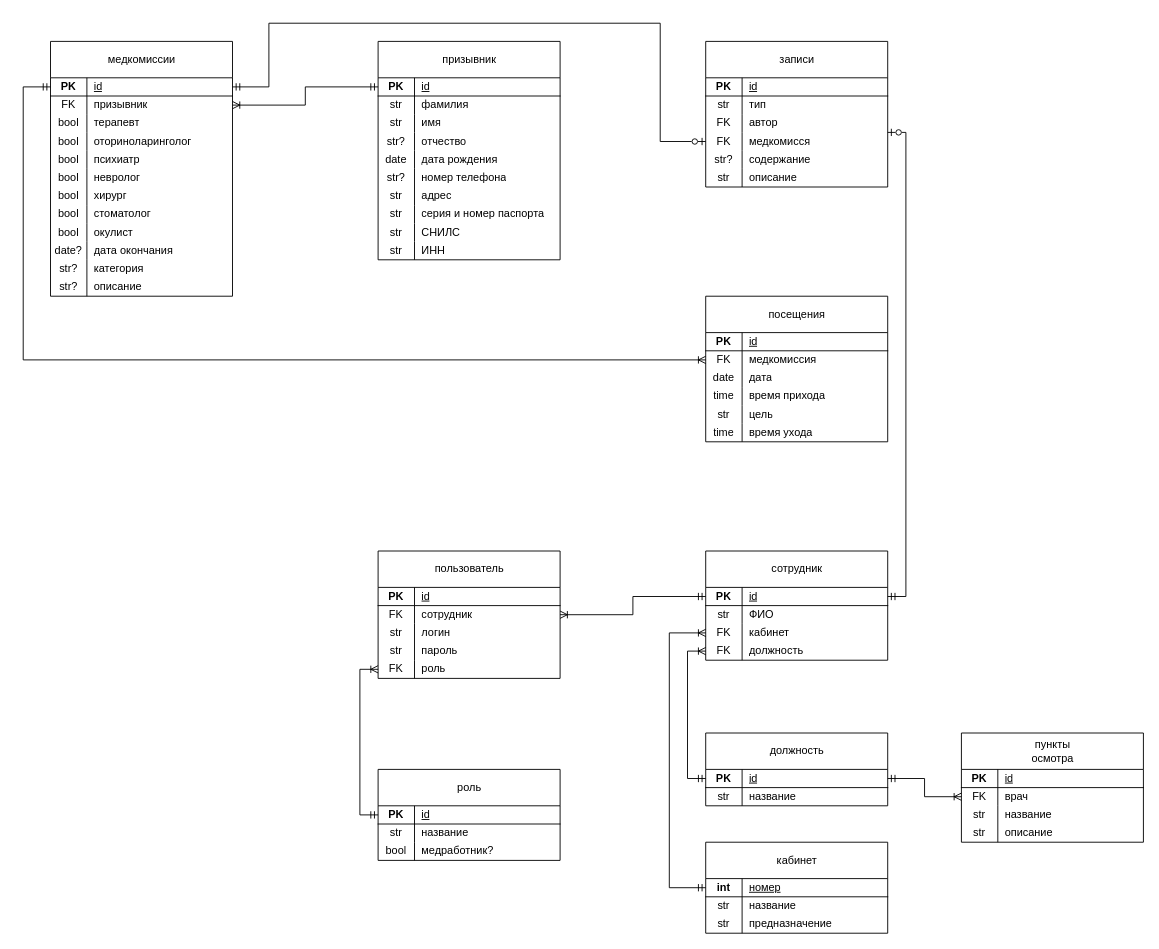
Above: теоретическая часть/схемы/er физическая.drawio in ChesniChok/voenkomat (draw.io), before the change. Source tidied: cells renumbered, new cells numbered last; positions are measured from the earlier drawing's top-left corner, leaving out a move shared by most shapes. Both pictures are drawn from the tidied source at 91%, with x=0, y=0 at pixel (23, 23).
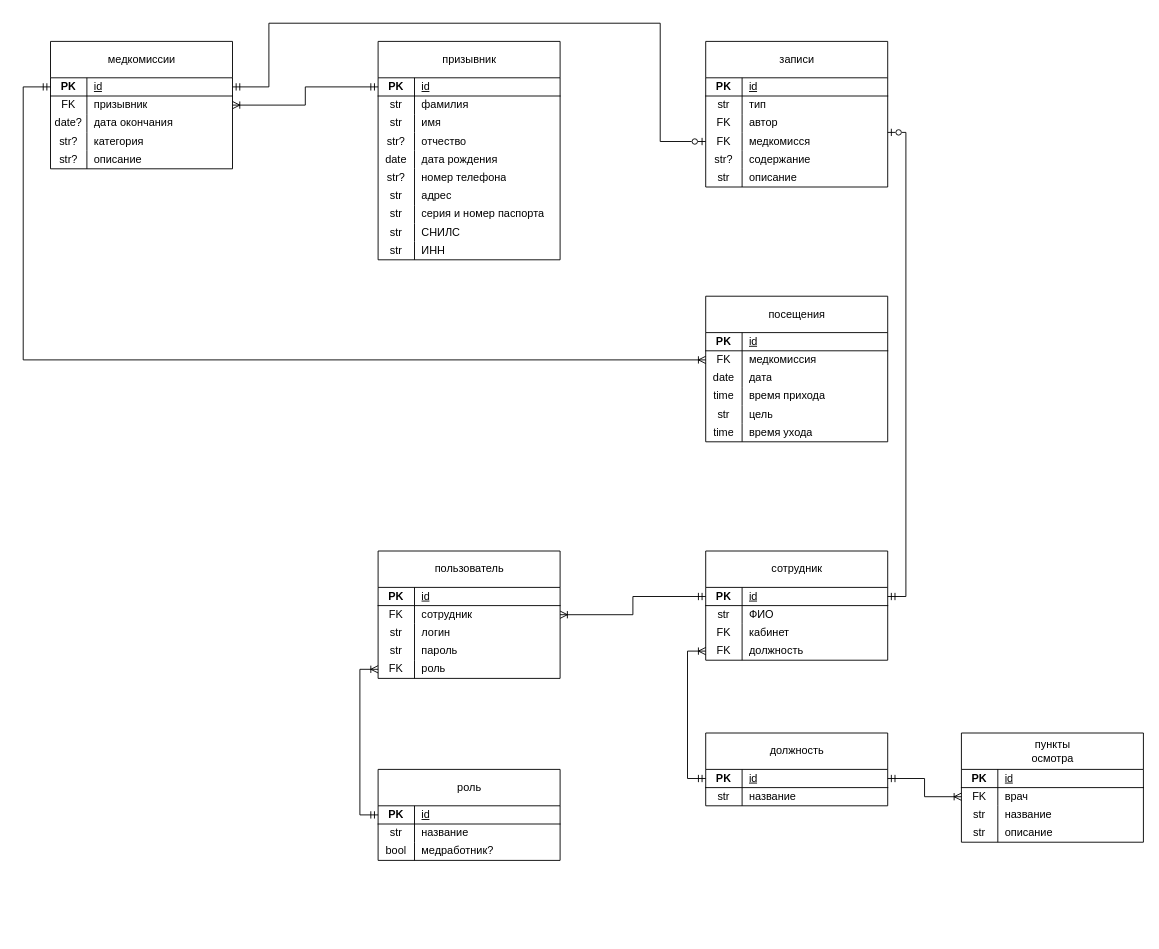
The same diagram, later.

Unchanged cells that the change refers to:
```xml
<mxCell id="115" style="shape=tableRow;horizontal=0;startSize=0;swimlaneHead=0;swimlaneBody=0;fillColor=none;points=[[0,0.5],[1,0.5]];portConstraint=eastwest;top=0;left=0;right=0;bottom=0;" parent="108" vertex="1">
  <mxGeometry y="80" width="200" height="20" as="geometry" />
</mxCell>
```

What changed in the source:
```diff
@@
     <mxCell id="2" value="&lt;span style=&quot;font-weight: 400; text-wrap-mode: wrap;&quot;&gt;медкомиссии&lt;/span&gt;" style="shape=table;startSize=40;childLayout=tableLayout;rowLines=0;fontStyle=1;align=center;html=1;" parent="1" vertex="1">
-      <mxGeometry x="30" y="20" width="200" height="280" as="geometry" />
+      <mxGeometry x="30" y="20" width="200" height="140" as="geometry" />
     </mxCell>
@@
-    <mxCell id="9" style="shape=tableRow;horizontal=0;startSize=0;swimlaneHead=0;swimlaneBody=0;fillColor=none;top=0;left=0;right=0;bottom=0;" parent="2" vertex="1">
-      <mxGeometry y="80" width="200" height="20" as="geometry" />
-    </mxCell>
-    <mxCell id="10" value="bool" style="shape=partialRectangle;fillColor=none;top=0;left=0;bottom=0;right=0;overflow=hidden;whiteSpace=wrap;html=1;" parent="9" vertex="1">
-      <mxGeometry width="40" height="20" as="geometry" />
-    </mxCell>
-    <mxCell id="11" value="терапевт" style="shape=partialRectangle;fillColor=none;top=0;left=0;bottom=0;right=0;align=left;spacingLeft=6;overflow=hidden;whiteSpace=wrap;html=1;" parent="9" vertex="1">
-      <mxGeometry x="40" width="160" height="20" as="geometry" />
-    </mxCell>
-    <mxCell id="12" style="shape=tableRow;horizontal=0;startSize=0;swimlaneHead=0;swimlaneBody=0;fillColor=none;top=0;left=0;right=0;bottom=0;" parent="2" vertex="1">
-      <mxGeometry y="100" width="200" height="20" as="geometry" />
-    </mxCell>
-    <mxCell id="13" value="bool" style="shape=partialRectangle;fillColor=none;top=0;left=0;bottom=0;right=0;overflow=hidden;whiteSpace=wrap;html=1;" parent="12" vertex="1">
-      <mxGeometry width="40" height="20" as="geometry" />
-    </mxCell>
-    <mxCell id="14" value="оториноларинголог" style="shape=partialRectangle;fillColor=none;top=0;left=0;bottom=0;right=0;align=left;spacingLeft=6;overflow=hidden;whiteSpace=wrap;html=1;" parent="12" vertex="1">
-      <mxGeometry x="40" width="160" height="20" as="geometry" />
-    </mxCell>
-    <mxCell id="15" style="shape=tableRow;horizontal=0;startSize=0;swimlaneHead=0;swimlaneBody=0;fillColor=none;top=0;left=0;right=0;bottom=0;" parent="2" vertex="1">
-      <mxGeometry y="120" width="200" height="20" as="geometry" />
-    </mxCell>
-    <mxCell id="16" value="bool" style="shape=partialRectangle;fillColor=none;top=0;left=0;bottom=0;right=0;overflow=hidden;whiteSpace=wrap;html=1;" parent="15" vertex="1">
-      <mxGeometry width="40" height="20" as="geometry" />
-    </mxCell>
-    <mxCell id="17" value="психиатр" style="shape=partialRectangle;fillColor=none;top=0;left=0;bottom=0;right=0;align=left;spacingLeft=6;overflow=hidden;whiteSpace=wrap;html=1;" parent="15" vertex="1">
-      <mxGeometry x="40" width="160" height="20" as="geometry" />
-    </mxCell>
-    <mxCell id="18" style="shape=tableRow;horizontal=0;startSize=0;swimlaneHead=0;swimlaneBody=0;fillColor=none;top=0;left=0;right=0;bottom=0;" parent="2" vertex="1">
-      <mxGeometry y="140" width="200" height="20" as="geometry" />
-    </mxCell>
-    <mxCell id="19" value="bool" style="shape=partialRectangle;fillColor=none;top=0;left=0;bottom=0;right=0;overflow=hidden;whiteSpace=wrap;html=1;" parent="18" vertex="1">
-      <mxGeometry width="40" height="20" as="geometry" />
-    </mxCell>
-    <mxCell id="20" value="невролог" style="shape=partialRectangle;fillColor=none;top=0;left=0;bottom=0;right=0;align=left;spacingLeft=6;overflow=hidden;whiteSpace=wrap;html=1;" parent="18" vertex="1">
-      <mxGeometry x="40" width="160" height="20" as="geometry" />
-    </mxCell>
-    <mxCell id="21" style="shape=tableRow;horizontal=0;startSize=0;swimlaneHead=0;swimlaneBody=0;fillColor=none;top=0;left=0;right=0;bottom=0;" parent="2" vertex="1">
-      <mxGeometry y="160" width="200" height="20" as="geometry" />
-    </mxCell>
-    <mxCell id="22" value="bool" style="shape=partialRectangle;fillColor=none;top=0;left=0;bottom=0;right=0;overflow=hidden;whiteSpace=wrap;html=1;" parent="21" vertex="1">
-      <mxGeometry width="40" height="20" as="geometry" />
-    </mxCell>
-    <mxCell id="23" value="хирург" style="shape=partialRectangle;fillColor=none;top=0;left=0;bottom=0;right=0;align=left;spacingLeft=6;overflow=hidden;whiteSpace=wrap;html=1;" parent="21" vertex="1">
-      <mxGeometry x="40" width="160" height="20" as="geometry" />
-    </mxCell>
-    <mxCell id="24" style="shape=tableRow;horizontal=0;startSize=0;swimlaneHead=0;swimlaneBody=0;fillColor=none;top=0;left=0;right=0;bottom=0;" parent="2" vertex="1">
-      <mxGeometry y="180" width="200" height="20" as="geometry" />
-    </mxCell>
-    <mxCell id="25" value="bool" style="shape=partialRectangle;fillColor=none;top=0;left=0;bottom=0;right=0;overflow=hidden;whiteSpace=wrap;html=1;" parent="24" vertex="1">
-      <mxGeometry width="40" height="20" as="geometry" />
-    </mxCell>
-    <mxCell id="26" value="стоматолог" style="shape=partialRectangle;fillColor=none;top=0;left=0;bottom=0;right=0;align=left;spacingLeft=6;overflow=hidden;whiteSpace=wrap;html=1;" parent="24" vertex="1">
-      <mxGeometry x="40" width="160" height="20" as="geometry" />
-    </mxCell>
-    <mxCell id="27" style="shape=tableRow;horizontal=0;startSize=0;swimlaneHead=0;swimlaneBody=0;fillColor=none;top=0;left=0;right=0;bottom=0;" parent="2" vertex="1">
-      <mxGeometry y="200" width="200" height="20" as="geometry" />
-    </mxCell>
-    <mxCell id="28" value="bool" style="shape=partialRectangle;fillColor=none;top=0;left=0;bottom=0;right=0;overflow=hidden;whiteSpace=wrap;html=1;" parent="27" vertex="1">
-      <mxGeometry width="40" height="20" as="geometry" />
-    </mxCell>
-    <mxCell id="29" value="окулист" style="shape=partialRectangle;fillColor=none;top=0;left=0;bottom=0;right=0;align=left;spacingLeft=6;overflow=hidden;whiteSpace=wrap;html=1;" parent="27" vertex="1">
-      <mxGeometry x="40" width="160" height="20" as="geometry" />
-    </mxCell>
     <mxCell id="30" style="shape=tableRow;horizontal=0;startSize=0;swimlaneHead=0;swimlaneBody=0;fillColor=none;top=0;left=0;right=0;bottom=0;" parent="2" vertex="1">
-      <mxGeometry y="220" width="200" height="20" as="geometry" />
+      <mxGeometry y="80" width="200" height="20" as="geometry" />
     </mxCell>
@@
     <mxCell id="33" style="shape=tableRow;horizontal=0;startSize=0;swimlaneHead=0;swimlaneBody=0;fillColor=none;top=0;left=0;right=0;bottom=0;" parent="2" vertex="1">
-      <mxGeometry y="240" width="200" height="20" as="geometry" />
+      <mxGeometry y="100" width="200" height="20" as="geometry" />
     </mxCell>
@@
     <mxCell id="36" style="shape=tableRow;horizontal=0;startSize=0;swimlaneHead=0;swimlaneBody=0;fillColor=none;top=0;left=0;right=0;bottom=0;" parent="2" vertex="1">
-      <mxGeometry y="260" width="200" height="20" as="geometry" />
+      <mxGeometry y="120" width="200" height="20" as="geometry" />
     </mxCell>
@@
-    <mxCell id="138" value="&lt;span style=&quot;font-weight: 400; text-wrap-mode: wrap;&quot;&gt;кабинет&lt;/span&gt;" style="shape=table;startSize=40;childLayout=tableLayout;rowLines=0;fontStyle=1;align=center;html=1;" parent="1" vertex="1">
-      <mxGeometry x="750" y="900" width="200" height="100" as="geometry" />
-    </mxCell>
-    <mxCell id="139" style="shape=tableRow;horizontal=0;startSize=0;swimlaneHead=0;swimlaneBody=0;fillColor=none;points=[[0,0.5],[1,0.5]];portConstraint=eastwest;top=0;left=0;right=0;bottom=1;" parent="138" vertex="1">
-      <mxGeometry y="40" width="200" height="20" as="geometry" />
-    </mxCell>
-    <mxCell id="140" value="int" style="shape=partialRectangle;fillColor=none;top=0;left=0;bottom=0;right=0;fontStyle=1;overflow=hidden;whiteSpace=wrap;html=1;" parent="139" vertex="1">
-      <mxGeometry width="40" height="20" as="geometry" />
-    </mxCell>
-    <mxCell id="141" value="&lt;span style=&quot;font-weight: 400;&quot;&gt;номер&lt;/span&gt;" style="shape=partialRectangle;fillColor=none;top=0;left=0;bottom=0;right=0;align=left;spacingLeft=6;fontStyle=5;overflow=hidden;whiteSpace=wrap;html=1;" parent="139" vertex="1">
-      <mxGeometry x="40" width="160" height="20" as="geometry" />
-    </mxCell>
-    <mxCell id="142" style="shape=tableRow;horizontal=0;startSize=0;swimlaneHead=0;swimlaneBody=0;fillColor=none;top=0;left=0;right=0;bottom=0;" parent="138" vertex="1">
-      <mxGeometry y="60" width="200" height="20" as="geometry" />
-    </mxCell>
-    <mxCell id="143" value="str" style="shape=partialRectangle;fillColor=none;top=0;left=0;bottom=0;right=0;overflow=hidden;whiteSpace=wrap;html=1;" parent="142" vertex="1">
-      <mxGeometry width="40" height="20" as="geometry" />
-    </mxCell>
-    <mxCell id="144" value="название" style="shape=partialRectangle;fillColor=none;top=0;left=0;bottom=0;right=0;align=left;spacingLeft=6;overflow=hidden;whiteSpace=wrap;html=1;" parent="142" vertex="1">
-      <mxGeometry x="40" width="160" height="20" as="geometry" />
-    </mxCell>
-    <mxCell id="145" style="shape=tableRow;horizontal=0;startSize=0;swimlaneHead=0;swimlaneBody=0;fillColor=none;top=0;left=0;right=0;bottom=0;" parent="138" vertex="1">
-      <mxGeometry y="80" width="200" height="20" as="geometry" />
-    </mxCell>
-    <mxCell id="146" value="str" style="shape=partialRectangle;fillColor=none;top=0;left=0;bottom=0;right=0;overflow=hidden;whiteSpace=wrap;html=1;" parent="145" vertex="1">
-      <mxGeometry width="40" height="20" as="geometry" />
-    </mxCell>
-    <mxCell id="147" value="предназначение" style="shape=partialRectangle;fillColor=none;top=0;left=0;bottom=0;right=0;align=left;spacingLeft=6;overflow=hidden;whiteSpace=wrap;html=1;" parent="145" vertex="1">
-      <mxGeometry x="40" width="160" height="20" as="geometry" />
-    </mxCell>
@@
-    <mxCell id="171" style="edgeStyle=orthogonalEdgeStyle;rounded=0;jettySize=auto;html=1;entryX=0;entryY=0.5;entryDx=0;entryDy=0;startArrow=ERoneToMany;startFill=0;endArrow=ERmandOne;endFill=0;" parent="1" edge="1" source="115" target="139">
-      <mxGeometry relative="1" as="geometry">
-        <Array as="points">
-          <mxPoint x="710" y="670" />
-          <mxPoint x="710" y="950" />
-        </Array>
-      </mxGeometry>
-    </mxCell>
```
